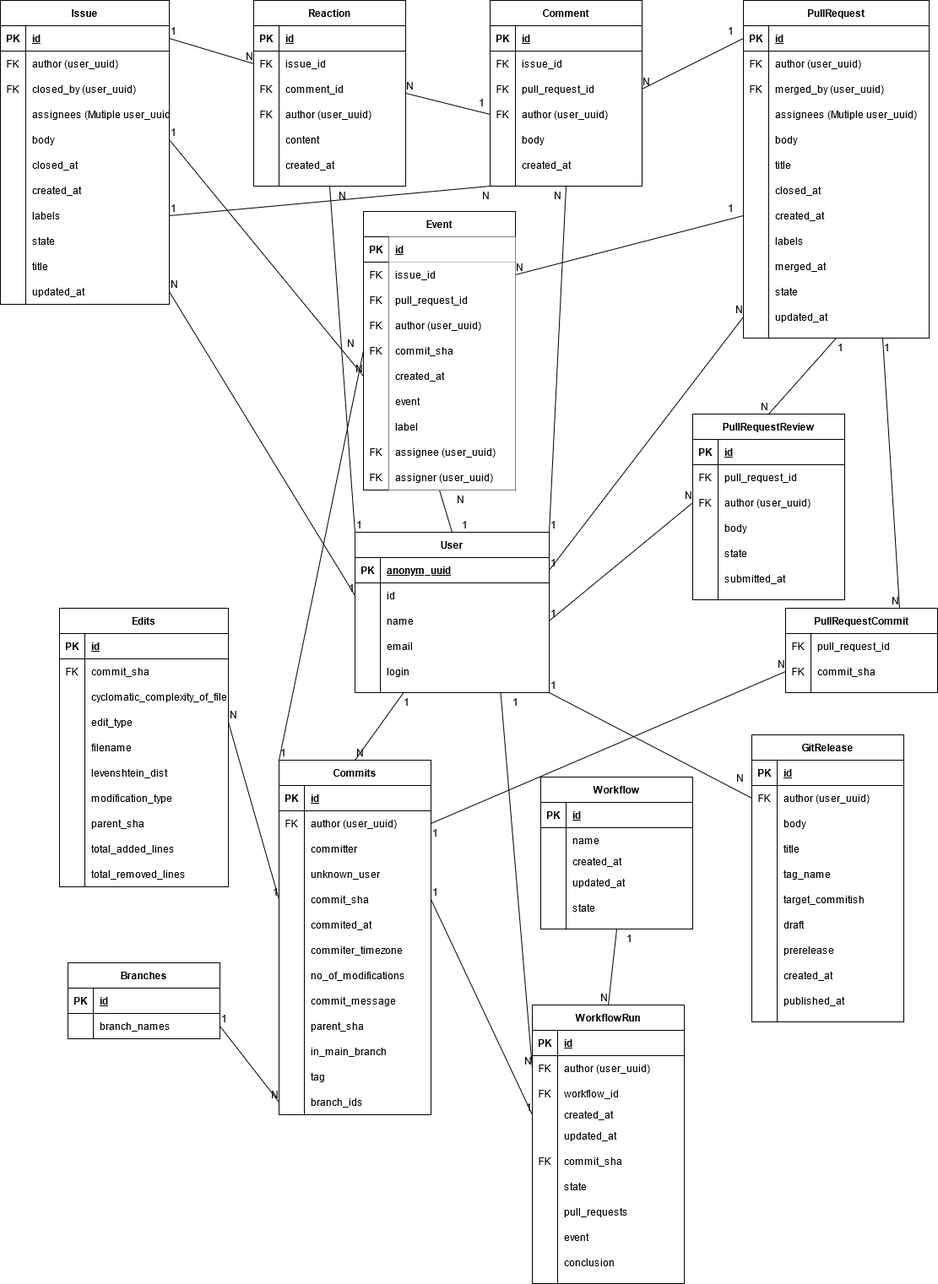
Above: docs/ER_diagram/ER_diagram.png in TUBAF-IFI-DiPiT/github2pandas (draw.io), before the change. Source tidied: cells renumbered, new cells last; positions are measured from the earlier drawing's top-left corner, leaving out a move shared by most shapes.
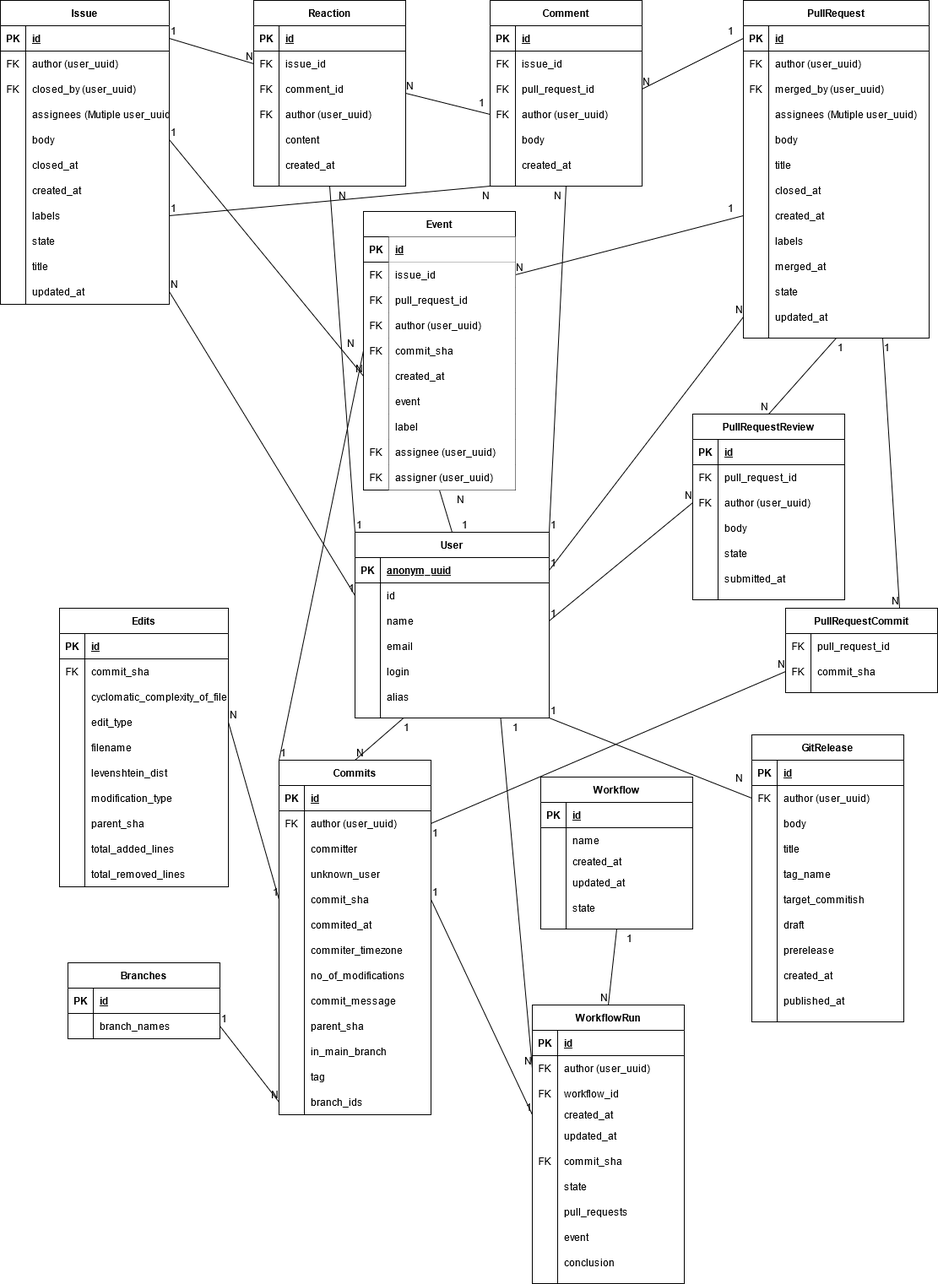
The same diagram one commit later.

What changed in the source:
```diff
@@ -219,7 +219,7 @@
       <mxGeometry x="30" width="150" height="30" as="geometry" />
     </mxCell>
     <mxCell id="74" value="User" style="shape=table;startSize=30;rowLines=0;fontStyle=1;align=center;" parent="1" vertex="1">
-      <mxGeometry x="420" y="630" width="230" height="190" as="geometry" />
+      <mxGeometry x="420" y="630" width="230" height="220" as="geometry" />
     </mxCell>
     <mxCell id="75" style="shape=partialRectangle;fillColor=none;top=0;left=0;bottom=1;right=0;points=[[0,0.5],[1,0.5]];portConstraint=eastwest;" parent="74" vertex="1">
       <mxGeometry y="30" width="230" height="30" as="geometry" />
@@ -266,6 +266,15 @@
     <mxCell id="89" value="login" style="shape=partialRectangle;fillColor=none;top=0;left=0;bottom=0;right=0;align=left;spacingLeft=6;overflow=hidden;" parent="87" vertex="1">
       <mxGeometry x="30" width="200" height="30" as="geometry" />
     </mxCell>
+    <mxCell id="409" style="shape=partialRectangle;fillColor=none;top=0;left=0;bottom=0;right=0;" parent="74" vertex="1">
+      <mxGeometry y="180" width="230" height="30" as="geometry" />
+    </mxCell>
+    <mxCell id="410" style="shape=partialRectangle;fillColor=none;top=0;left=0;bottom=0;right=0;overflow=hidden;" parent="409" vertex="1">
+      <mxGeometry width="30" height="30" as="geometry" />
+    </mxCell>
+    <mxCell id="411" value="alias" style="shape=partialRectangle;fillColor=none;top=0;left=0;bottom=0;right=0;align=left;spacingLeft=6;overflow=hidden;" parent="409" vertex="1">
+      <mxGeometry x="30" width="200" height="30" as="geometry" />
+    </mxCell>
     <mxCell id="90" value="PullRequest" style="shape=table;startSize=30;rowLines=0;fontStyle=1;align=center;" parent="1" vertex="1">
       <mxGeometry x="880" width="220" height="400" as="geometry" />
     </mxCell>
```
